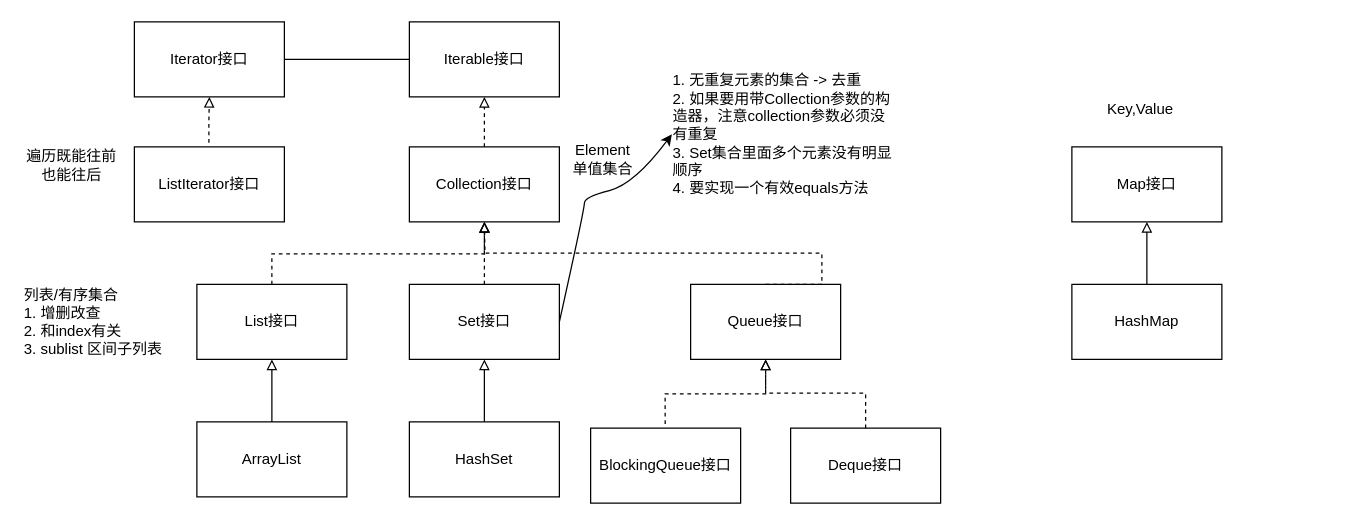
Earlier version of the draw.io diagram collections.drawio (zhangge208/LearningJava). Source tidied: cells renumbered, new cells numbered last; positions are measured from the earlier drawing's top-left corner, leaving out a move shared by most shapes. Both pictures are drawn from the tidied source at 125%, with x=0, y=0 at pixel (21, 21).
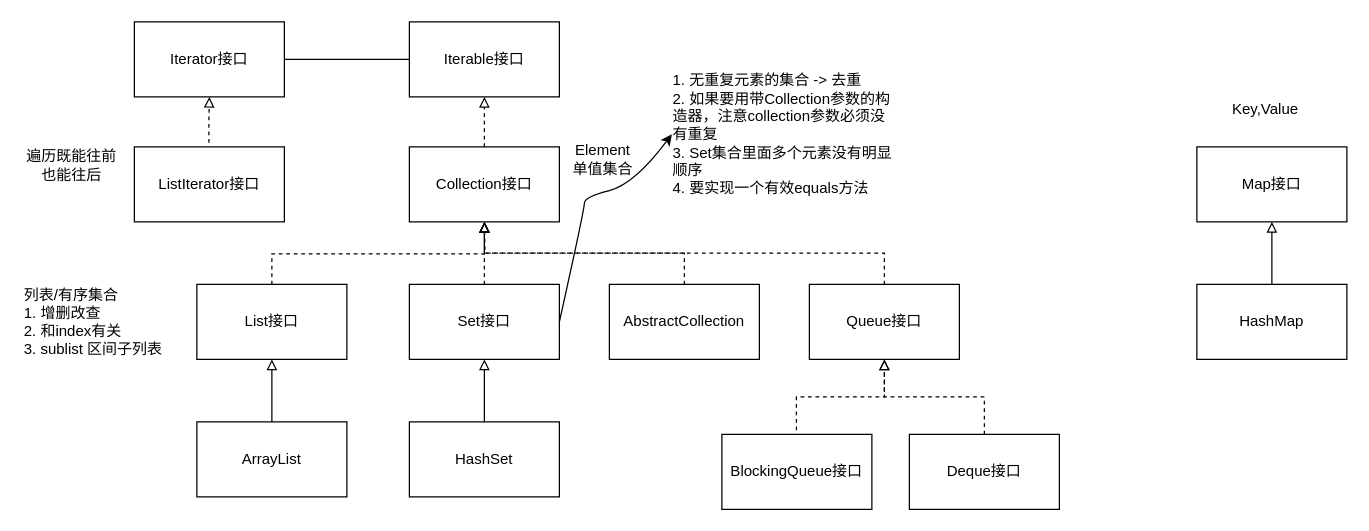
Above is the later version.

The change refers to these unchanged cells:
```xml
<mxCell id="3" value="Collection接口" style="rounded=0;whiteSpace=wrap;html=1;" parent="1" vertex="1">
  <mxGeometry x="310" y="100" width="120" height="60" as="geometry" />
</mxCell>
```

The edit, as a diff of the source:
```diff
@@
     <mxCell id="4" value="Map接口" style="rounded=0;whiteSpace=wrap;html=1;" parent="1" vertex="1">
-      <mxGeometry x="840" y="100" width="120" height="60" as="geometry" />
+      <mxGeometry x="940" y="100" width="120" height="60" as="geometry" />
     </mxCell>
@@
     <mxCell id="6" value="Key,Value" style="text;html=1;strokeColor=none;fillColor=none;align=center;verticalAlign=middle;whiteSpace=wrap;rounded=0;" parent="1" vertex="1">
-      <mxGeometry x="860" y="60" width="70" height="20" as="geometry" />
+      <mxGeometry x="960" y="60" width="70" height="20" as="geometry" />
     </mxCell>
@@
     <mxCell id="10" value="HashMap" style="rounded=0;whiteSpace=wrap;html=1;" parent="1" vertex="1">
-      <mxGeometry x="840" y="210" width="120" height="60" as="geometry" />
+      <mxGeometry x="940" y="210" width="120" height="60" as="geometry" />
     </mxCell>
@@
     <mxCell id="25" style="endArrow=block;endFill=0;shadow=0;strokeWidth=1;rounded=0;edgeStyle=orthogonalEdgeStyle;elbow=vertical;dashed=1;exitX=0.5;exitY=0;exitDx=0;exitDy=0;" parent="1" edge="1" source="26">
       <mxGeometry relative="1" as="geometry">
         <mxPoint x="370" y="160" as="targetPoint" />
         <Array as="points">
-          <mxPoint x="640" y="185" />
+          <mxPoint x="690" y="185" />
           <mxPoint x="370" y="185" />
         </Array>
       </mxGeometry>
     </mxCell>
     <mxCell id="26" value="Queue接口" style="rounded=0;whiteSpace=wrap;html=1;" parent="1" vertex="1">
-      <mxGeometry x="535" y="210" width="120" height="60" as="geometry" />
+      <mxGeometry x="630" y="210" width="120" height="60" as="geometry" />
     </mxCell>
@@
     <mxCell id="28" value="BlockingQueue接口" style="rounded=0;whiteSpace=wrap;html=1;" parent="1" vertex="1">
-      <mxGeometry x="455" y="325" width="120" height="60" as="geometry" />
+      <mxGeometry x="560" y="330" width="120" height="60" as="geometry" />
     </mxCell>
@@
     <mxCell id="30" value="Deque接口" style="rounded=0;whiteSpace=wrap;html=1;" parent="1" vertex="1">
-      <mxGeometry x="615" y="325" width="120" height="60" as="geometry" />
+      <mxGeometry x="710" y="330" width="120" height="60" as="geometry" />
     </mxCell>
     <mxCell id="31" style="endArrow=block;endFill=0;shadow=0;strokeWidth=1;rounded=0;edgeStyle=elbowEdgeStyle;dashed=1;elbow=vertical;exitX=0.5;exitY=0;exitDx=0;exitDy=0;entryX=0.5;entryY=1;entryDx=0;entryDy=0;" parent="1" edge="1" source="30" target="26">
       <mxGeometry relative="1" as="geometry">
         <Array as="points">
-          <mxPoint x="625" y="297" />
+          <mxPoint x="770" y="300" />
         </Array>
       </mxGeometry>
     </mxCell>
+    <mxCell id="32" style="endArrow=block;endFill=0;shadow=0;strokeWidth=1;rounded=0;edgeStyle=orthogonalEdgeStyle;elbow=vertical;dashed=1;exitX=0.5;exitY=0;exitDx=0;exitDy=0;" parent="1" edge="1" source="33" target="3">
+      <mxGeometry relative="1" as="geometry">
+        <Array as="points">
+          <mxPoint x="530" y="185" />
+          <mxPoint x="370" y="185" />
+        </Array>
+      </mxGeometry>
+    </mxCell>
+    <mxCell id="33" value="AbstractCollection" style="rounded=0;whiteSpace=wrap;html=1;" parent="1" vertex="1">
+      <mxGeometry x="470" y="210" width="120" height="60" as="geometry" />
+    </mxCell>
```
